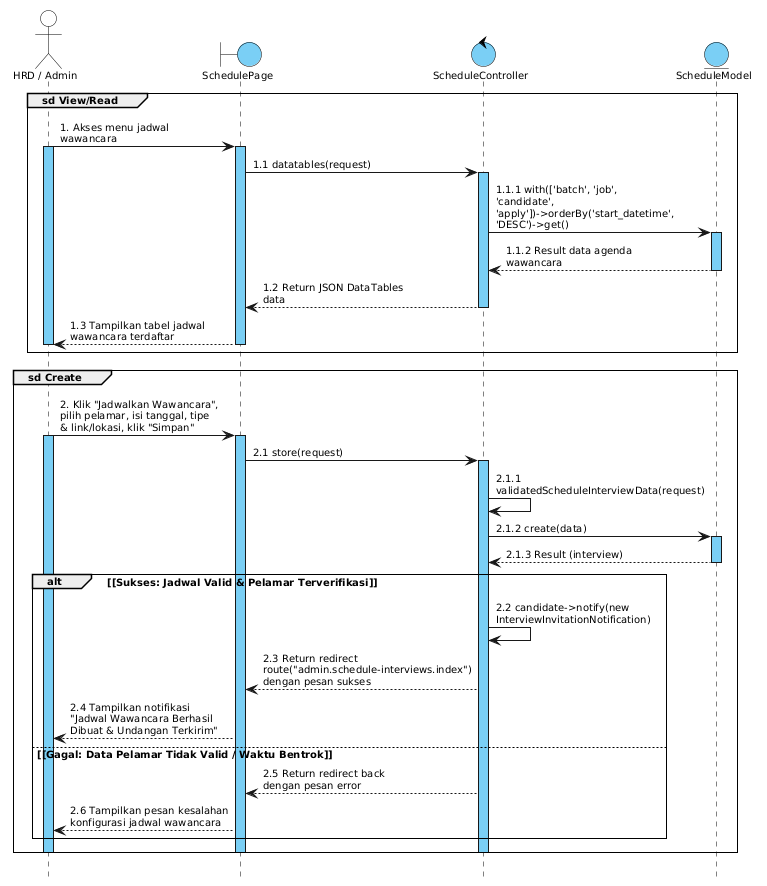
Before: public/assets/diagrams/VP/Sequence/UC-13_Menjadwalkan_Wawancara_Sequence.png, a diagram exported from PlantUML (Madtive-Studio/klinik_keluarga_career).
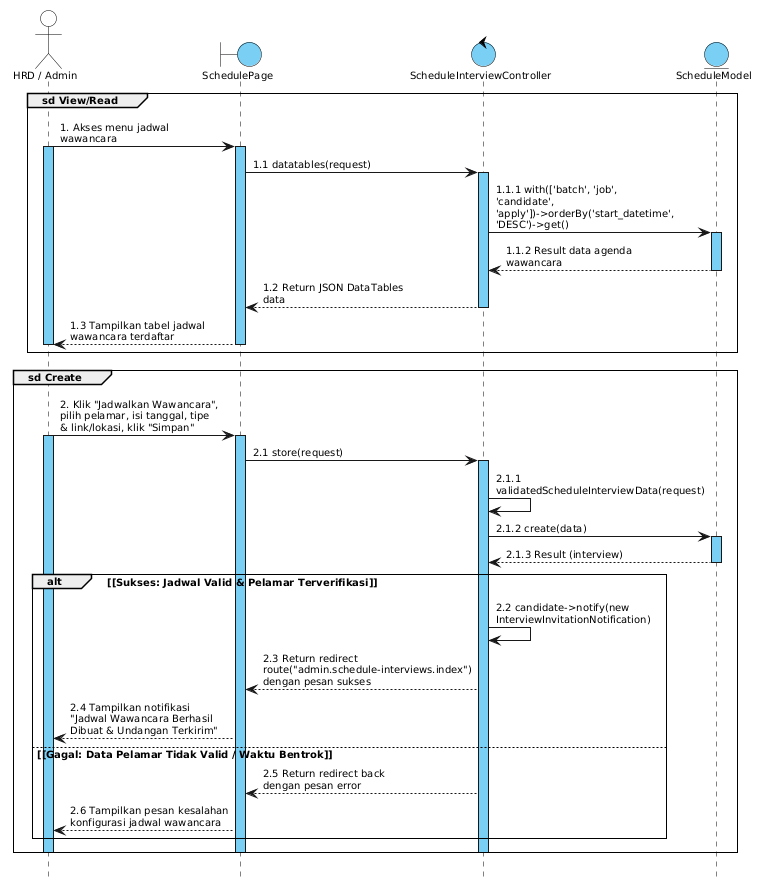
The same file after the commit.

Commit message:
docs: sync deployment, class and sequence diagrams and report with codebase

Diff of the diagram source:
```diff
@@ -1,5 +1,5 @@
-@startuml
-skinparam defaultFontName Arial
+@startuml UC-13_Menjadwalkan_Wawancara_Sequence
+skinparam defaultFontName "DejaVu Sans"
 skinparam defaultFontSize 10
 skinparam shadowing false
 skinparam sequenceArrowThickness 1
@@ -49,7 +49,7 @@
 
 actor "HRD / Admin" as HRD
 boundary "SchedulePage" as Page
-control "ScheduleController" as Controller
+control "ScheduleInterviewController" as Controller
 entity "ScheduleModel" as Model
 
 group sd View/Read
@@ -93,4 +93,5 @@
   deactivate Page
   deactivate HRD
 end
+
 @enduml
```
